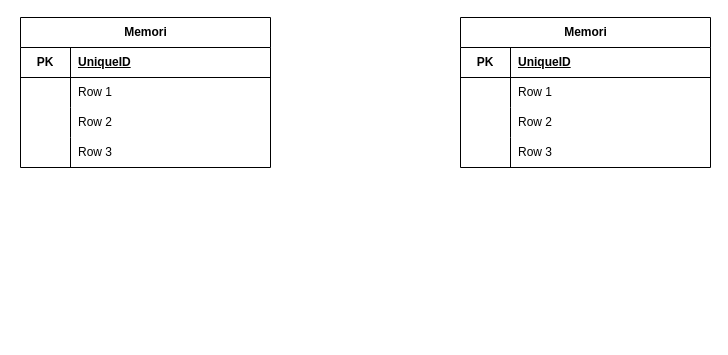
Before: CPU.drawio in ImNotDanish05/Tester, a draw.io diagram. Source tidied: cells renumbered, new cells numbered last; positions are measured from the earlier drawing's top-left corner, leaving out a move shared by most shapes. Both pictures are drawn from the tidied source at 100%, with x=0, y=0 at pixel (20, 17).
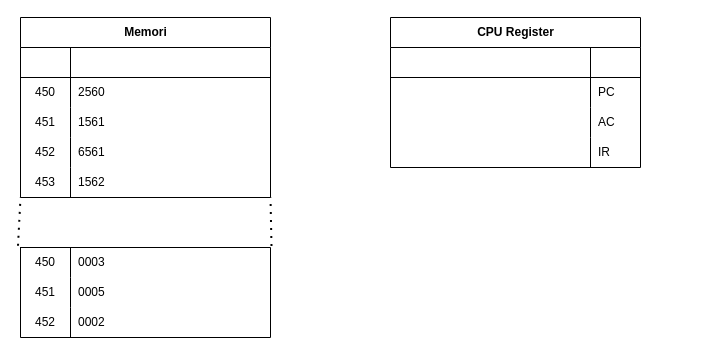
The same diagram, later.

Unchanged cells that the change refers to:
```xml
<mxCell id="3" style="shape=tableRow;horizontal=0;startSize=0;swimlaneHead=0;swimlaneBody=0;fillColor=none;top=0;left=0;right=0;bottom=1;" parent="2" vertex="1">
  <mxGeometry y="30" width="250" height="30" as="geometry" />
</mxCell>
<mxCell id="6" style="shape=tableRow;horizontal=0;startSize=0;swimlaneHead=0;swimlaneBody=0;fillColor=none;top=0;left=0;right=0;bottom=0;" parent="2" vertex="1">
  <mxGeometry y="60" width="250" height="30" as="geometry" />
</mxCell>
<mxCell id="9" style="shape=tableRow;horizontal=0;startSize=0;swimlaneHead=0;swimlaneBody=0;fillColor=none;top=0;left=0;right=0;bottom=0;" parent="2" vertex="1">
  <mxGeometry y="90" width="250" height="30" as="geometry" />
</mxCell>
<mxCell id="12" style="shape=tableRow;horizontal=0;startSize=0;swimlaneHead=0;swimlaneBody=0;fillColor=none;top=0;left=0;right=0;bottom=0;" parent="2" vertex="1">
  <mxGeometry y="120" width="250" height="30" as="geometry" />
</mxCell>
<mxCell id="16" style="shape=tableRow;horizontal=0;startSize=0;swimlaneHead=0;swimlaneBody=0;fillColor=none;top=0;left=0;right=0;bottom=1;" parent="15" vertex="1">
  <mxGeometry y="30" width="250" height="30" as="geometry" />
</mxCell>
<mxCell id="19" style="shape=tableRow;horizontal=0;startSize=0;swimlaneHead=0;swimlaneBody=0;fillColor=none;top=0;left=0;right=0;bottom=0;" parent="15" vertex="1">
  <mxGeometry y="60" width="250" height="30" as="geometry" />
</mxCell>
<mxCell id="22" style="shape=tableRow;horizontal=0;startSize=0;swimlaneHead=0;swimlaneBody=0;fillColor=none;top=0;left=0;right=0;bottom=0;" parent="15" vertex="1">
  <mxGeometry y="90" width="250" height="30" as="geometry" />
</mxCell>
<mxCell id="25" style="shape=tableRow;horizontal=0;startSize=0;swimlaneHead=0;swimlaneBody=0;fillColor=none;top=0;left=0;right=0;bottom=0;" parent="15" vertex="1">
  <mxGeometry y="120" width="250" height="30" as="geometry" />
</mxCell>
```

What changed in the source:
```diff
@@
     <mxCell id="2" value="Memori" style="shape=table;startSize=30;childLayout=tableLayout;rowLines=0;fontStyle=1;align=center;html=1;" parent="1" vertex="1">
-      <mxGeometry width="250" height="150" as="geometry" />
+      <mxGeometry width="250" height="180" as="geometry" />
     </mxCell>
@@
-    <mxCell id="4" value="PK" style="shape=partialRectangle;fillColor=none;top=0;left=0;bottom=0;right=0;fontStyle=1;overflow=hidden;whiteSpace=wrap;html=1;" parent="3" vertex="1">
+    <mxCell id="4" style="shape=partialRectangle;fillColor=none;top=0;left=0;bottom=0;right=0;fontStyle=1;overflow=hidden;whiteSpace=wrap;html=1;" parent="3" vertex="1">
       <mxGeometry width="50" height="30" as="geometry" />
     </mxCell>
-    <mxCell id="5" value="UniqueID" style="shape=partialRectangle;fillColor=none;top=0;left=0;bottom=0;right=0;align=left;spacingLeft=6;fontStyle=5;overflow=hidden;whiteSpace=wrap;html=1;" parent="3" vertex="1">
+    <mxCell id="5" style="shape=partialRectangle;fillColor=none;top=0;left=0;bottom=0;right=0;align=left;spacingLeft=6;fontStyle=5;overflow=hidden;whiteSpace=wrap;html=1;" parent="3" vertex="1">
       <mxGeometry x="50" width="200" height="30" as="geometry" />
     </mxCell>
@@
-    <mxCell id="7" style="shape=partialRectangle;fillColor=none;top=0;left=0;bottom=0;right=0;overflow=hidden;whiteSpace=wrap;html=1;" parent="6" vertex="1">
+    <mxCell id="7" value="450" style="shape=partialRectangle;fillColor=none;top=0;left=0;bottom=0;right=0;overflow=hidden;whiteSpace=wrap;html=1;" parent="6" vertex="1">
       <mxGeometry width="50" height="30" as="geometry" />
     </mxCell>
-    <mxCell id="8" value="Row 1" style="shape=partialRectangle;fillColor=none;top=0;left=0;bottom=0;right=0;align=left;spacingLeft=6;overflow=hidden;whiteSpace=wrap;html=1;" parent="6" vertex="1">
+    <mxCell id="8" value="2560" style="shape=partialRectangle;fillColor=none;top=0;left=0;bottom=0;right=0;align=left;spacingLeft=6;overflow=hidden;whiteSpace=wrap;html=1;" parent="6" vertex="1">
       <mxGeometry x="50" width="200" height="30" as="geometry" />
     </mxCell>
@@
-    <mxCell id="10" style="shape=partialRectangle;fillColor=none;top=0;left=0;bottom=0;right=0;overflow=hidden;whiteSpace=wrap;html=1;" parent="9" vertex="1">
+    <mxCell id="10" value="451" style="shape=partialRectangle;fillColor=none;top=0;left=0;bottom=0;right=0;overflow=hidden;whiteSpace=wrap;html=1;" parent="9" vertex="1">
       <mxGeometry width="50" height="30" as="geometry" />
     </mxCell>
-    <mxCell id="11" value="Row 2" style="shape=partialRectangle;fillColor=none;top=0;left=0;bottom=0;right=0;align=left;spacingLeft=6;overflow=hidden;whiteSpace=wrap;html=1;" parent="9" vertex="1">
+    <mxCell id="11" value="1561" style="shape=partialRectangle;fillColor=none;top=0;left=0;bottom=0;right=0;align=left;spacingLeft=6;overflow=hidden;whiteSpace=wrap;html=1;" parent="9" vertex="1">
       <mxGeometry x="50" width="200" height="30" as="geometry" />
     </mxCell>
@@
-    <mxCell id="13" style="shape=partialRectangle;fillColor=none;top=0;left=0;bottom=0;right=0;overflow=hidden;whiteSpace=wrap;html=1;" parent="12" vertex="1">
+    <mxCell id="13" value="452" style="shape=partialRectangle;fillColor=none;top=0;left=0;bottom=0;right=0;overflow=hidden;whiteSpace=wrap;html=1;" parent="12" vertex="1">
       <mxGeometry width="50" height="30" as="geometry" />
     </mxCell>
-    <mxCell id="14" value="Row 3" style="shape=partialRectangle;fillColor=none;top=0;left=0;bottom=0;right=0;align=left;spacingLeft=6;overflow=hidden;whiteSpace=wrap;html=1;" parent="12" vertex="1">
+    <mxCell id="14" value="6561" style="shape=partialRectangle;fillColor=none;top=0;left=0;bottom=0;right=0;align=left;spacingLeft=6;overflow=hidden;whiteSpace=wrap;html=1;" parent="12" vertex="1">
       <mxGeometry x="50" width="200" height="30" as="geometry" />
     </mxCell>
+    <mxCell id="28" style="shape=tableRow;horizontal=0;startSize=0;swimlaneHead=0;swimlaneBody=0;fillColor=none;points=[[0,0.5],[1,0.5]];portConstraint=eastwest;top=0;left=0;right=0;bottom=0;" parent="2" vertex="1">
+      <mxGeometry y="150" width="250" height="30" as="geometry" />
+    </mxCell>
+    <mxCell id="29" value="453" style="shape=partialRectangle;fillColor=none;top=0;left=0;bottom=0;right=0;overflow=hidden;whiteSpace=wrap;html=1;" parent="28" vertex="1">
+      <mxGeometry width="50" height="30" as="geometry" />
+    </mxCell>
+    <mxCell id="30" value="1562" style="shape=partialRectangle;fillColor=none;top=0;left=0;bottom=0;right=0;align=left;spacingLeft=6;overflow=hidden;whiteSpace=wrap;html=1;" parent="28" vertex="1">
+      <mxGeometry x="50" width="200" height="30" as="geometry" />
+    </mxCell>
-    <mxCell id="15" value="Memori" style="shape=table;startSize=30;childLayout=tableLayout;rowLines=0;fontStyle=1;align=center;html=1;" parent="1" vertex="1">
-      <mxGeometry x="440" width="250" height="150" as="geometry" />
+    <mxCell id="15" value="CPU Register" style="shape=table;startSize=30;childLayout=tableLayout;rowLines=0;fontStyle=1;align=center;html=1;" parent="1" vertex="1">
+      <mxGeometry x="370" width="250" height="150" as="geometry" />
     </mxCell>
@@
-    <mxCell id="17" value="PK" style="shape=partialRectangle;fillColor=none;top=0;left=0;bottom=0;right=0;fontStyle=1;overflow=hidden;whiteSpace=wrap;html=1;" parent="16" vertex="1">
-      <mxGeometry width="50" height="30" as="geometry" />
+    <mxCell id="17" style="shape=partialRectangle;fillColor=none;top=0;left=0;bottom=0;right=0;fontStyle=1;overflow=hidden;whiteSpace=wrap;html=1;" parent="16" vertex="1">
+      <mxGeometry width="200" height="30" as="geometry" />
     </mxCell>
-    <mxCell id="18" value="UniqueID" style="shape=partialRectangle;fillColor=none;top=0;left=0;bottom=0;right=0;align=left;spacingLeft=6;fontStyle=5;overflow=hidden;whiteSpace=wrap;html=1;" parent="16" vertex="1">
-      <mxGeometry x="50" width="200" height="30" as="geometry" />
+    <mxCell id="18" style="shape=partialRectangle;fillColor=none;top=0;left=0;bottom=0;right=0;align=left;spacingLeft=6;fontStyle=5;overflow=hidden;whiteSpace=wrap;html=1;" parent="16" vertex="1">
+      <mxGeometry x="200" width="50" height="30" as="geometry" />
     </mxCell>
@@
     <mxCell id="20" style="shape=partialRectangle;fillColor=none;top=0;left=0;bottom=0;right=0;overflow=hidden;whiteSpace=wrap;html=1;" parent="19" vertex="1">
-      <mxGeometry width="50" height="30" as="geometry" />
+      <mxGeometry width="200" height="30" as="geometry" />
     </mxCell>
-    <mxCell id="21" value="Row 1" style="shape=partialRectangle;fillColor=none;top=0;left=0;bottom=0;right=0;align=left;spacingLeft=6;overflow=hidden;whiteSpace=wrap;html=1;" parent="19" vertex="1">
-      <mxGeometry x="50" width="200" height="30" as="geometry" />
+    <mxCell id="21" value="PC" style="shape=partialRectangle;fillColor=none;top=0;left=0;bottom=0;right=0;align=left;spacingLeft=6;overflow=hidden;whiteSpace=wrap;html=1;" parent="19" vertex="1">
+      <mxGeometry x="200" width="50" height="30" as="geometry" />
     </mxCell>
@@
     <mxCell id="23" style="shape=partialRectangle;fillColor=none;top=0;left=0;bottom=0;right=0;overflow=hidden;whiteSpace=wrap;html=1;" parent="22" vertex="1">
-      <mxGeometry width="50" height="30" as="geometry" />
+      <mxGeometry width="200" height="30" as="geometry" />
     </mxCell>
-    <mxCell id="24" value="Row 2" style="shape=partialRectangle;fillColor=none;top=0;left=0;bottom=0;right=0;align=left;spacingLeft=6;overflow=hidden;whiteSpace=wrap;html=1;" parent="22" vertex="1">
-      <mxGeometry x="50" width="200" height="30" as="geometry" />
+    <mxCell id="24" value="AC" style="shape=partialRectangle;fillColor=none;top=0;left=0;bottom=0;right=0;align=left;spacingLeft=6;overflow=hidden;whiteSpace=wrap;html=1;" parent="22" vertex="1">
+      <mxGeometry x="200" width="50" height="30" as="geometry" />
     </mxCell>
@@
     <mxCell id="26" style="shape=partialRectangle;fillColor=none;top=0;left=0;bottom=0;right=0;overflow=hidden;whiteSpace=wrap;html=1;" parent="25" vertex="1">
-      <mxGeometry width="50" height="30" as="geometry" />
+      <mxGeometry width="200" height="30" as="geometry" />
     </mxCell>
-    <mxCell id="27" value="Row 3" style="shape=partialRectangle;fillColor=none;top=0;left=0;bottom=0;right=0;align=left;spacingLeft=6;overflow=hidden;whiteSpace=wrap;html=1;" parent="25" vertex="1">
-      <mxGeometry x="50" width="200" height="30" as="geometry" />
+    <mxCell id="27" value="IR" style="shape=partialRectangle;fillColor=none;top=0;left=0;bottom=0;right=0;align=left;spacingLeft=6;overflow=hidden;whiteSpace=wrap;html=1;" parent="25" vertex="1">
+      <mxGeometry x="200" width="50" height="30" as="geometry" />
     </mxCell>
+    <mxCell id="31" style="shape=table;startSize=0;childLayout=tableLayout;rowLines=0;fontStyle=1;align=center;html=1;" parent="1" vertex="1">
+      <mxGeometry y="230" width="250" height="90" as="geometry" />
+    </mxCell>
+    <mxCell id="32" style="shape=tableRow;horizontal=0;startSize=0;swimlaneHead=0;swimlaneBody=0;fillColor=none;points=[[0,0.5],[1,0.5]];portConstraint=eastwest;top=0;left=0;right=0;bottom=0;" parent="31" vertex="1">
+      <mxGeometry width="250" height="30" as="geometry" />
+    </mxCell>
+    <mxCell id="33" value="450" style="shape=partialRectangle;fillColor=none;top=0;left=0;bottom=0;right=0;overflow=hidden;whiteSpace=wrap;html=1;" parent="32" vertex="1">
+      <mxGeometry width="50" height="30" as="geometry" />
+    </mxCell>
+    <mxCell id="34" value="0003" style="shape=partialRectangle;fillColor=none;top=0;left=0;bottom=0;right=0;align=left;spacingLeft=6;overflow=hidden;whiteSpace=wrap;html=1;" parent="32" vertex="1">
+      <mxGeometry x="50" width="200" height="30" as="geometry" />
+    </mxCell>
+    <mxCell id="35" style="shape=tableRow;horizontal=0;startSize=0;swimlaneHead=0;swimlaneBody=0;fillColor=none;top=0;left=0;right=0;bottom=0;" parent="31" vertex="1">
+      <mxGeometry y="30" width="250" height="30" as="geometry" />
+    </mxCell>
+    <mxCell id="36" value="451" style="shape=partialRectangle;fillColor=none;top=0;left=0;bottom=0;right=0;overflow=hidden;whiteSpace=wrap;html=1;" parent="35" vertex="1">
+      <mxGeometry width="50" height="30" as="geometry" />
+    </mxCell>
+    <mxCell id="37" value="0005" style="shape=partialRectangle;fillColor=none;top=0;left=0;bottom=0;right=0;align=left;spacingLeft=6;overflow=hidden;whiteSpace=wrap;html=1;" parent="35" vertex="1">
+      <mxGeometry x="50" width="200" height="30" as="geometry" />
+    </mxCell>
+    <mxCell id="38" style="shape=tableRow;horizontal=0;startSize=0;swimlaneHead=0;swimlaneBody=0;fillColor=none;top=0;left=0;right=0;bottom=0;" parent="31" vertex="1">
+      <mxGeometry y="60" width="250" height="30" as="geometry" />
+    </mxCell>
+    <mxCell id="39" value="452" style="shape=partialRectangle;fillColor=none;top=0;left=0;bottom=0;right=0;overflow=hidden;whiteSpace=wrap;html=1;" parent="38" vertex="1">
+      <mxGeometry width="50" height="30" as="geometry" />
+    </mxCell>
+    <mxCell id="40" value="0002" style="shape=partialRectangle;fillColor=none;top=0;left=0;bottom=0;right=0;align=left;spacingLeft=6;overflow=hidden;whiteSpace=wrap;html=1;" parent="38" vertex="1">
+      <mxGeometry x="50" width="200" height="30" as="geometry" />
+    </mxCell>
+    <mxCell id="41" style="endArrow=none;dashed=1;html=1;dashPattern=1 3;strokeWidth=2;rounded=0;exitX=1.004;exitY=-0.051;exitDx=0;exitDy=0;exitPerimeter=0;" parent="1" edge="1" source="32">
+      <mxGeometry relative="1" as="geometry">
+        <mxPoint x="250" y="180" as="targetPoint" />
+      </mxGeometry>
+    </mxCell>
+    <mxCell id="42" style="endArrow=none;dashed=1;html=1;dashPattern=1 3;strokeWidth=2;rounded=0;entryX=0;entryY=1;entryDx=0;entryDy=0;entryPerimeter=0;exitX=-0.01;exitY=-0.057;exitDx=0;exitDy=0;exitPerimeter=0;" parent="1" edge="1" source="32" target="28">
+      <mxGeometry relative="1" as="geometry" />
+    </mxCell>
```
